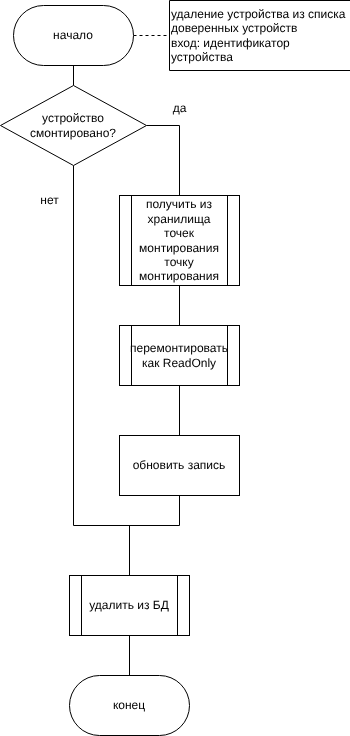
The draw.io diagram Notes/report/inc/img/delete_from_white_list_algo.drawio.png in pitsmit/Diploma_IU7_2026, before a commit. Source tidied: cells renumbered, new cells last; positions are measured from the earlier drawing's top-left corner, leaving out a move shared by most shapes. The source it was exported from:
```xml
<mxGraphModel>
  <root>
    <mxCell id="0" />
    <mxCell id="1" parent="0" />
    <mxCell id="2" style="edgeStyle=none;html=1;entryX=0.5;entryY=1;entryDx=0;entryDy=0;dashed=1;endArrow=none;endFill=0;" parent="1" edge="1" source="4" target="6">
      <mxGeometry relative="1" as="geometry" />
    </mxCell>
    <mxCell id="3" style="edgeStyle=none;html=1;entryX=0.5;entryY=0;entryDx=0;entryDy=0;endArrow=none;endFill=0;" parent="1" edge="1" source="4" target="9">
      <mxGeometry relative="1" as="geometry" />
    </mxCell>
    <mxCell id="4" value="начало" style="rounded=1;whiteSpace=wrap;html=1;arcSize=50;" parent="1" vertex="1">
      <mxGeometry x="13" y="5" width="120" height="60" as="geometry" />
    </mxCell>
    <mxCell id="5" value="конец" style="rounded=1;whiteSpace=wrap;html=1;arcSize=50;" parent="1" vertex="1">
      <mxGeometry x="69" y="675" width="120" height="60" as="geometry" />
    </mxCell>
    <mxCell id="6" value="&lt;font style=&quot;color: rgb(0, 0, 0);&quot;&gt;удаление устройства из списка доверенных устройств&lt;/font&gt;&lt;div&gt;&lt;font style=&quot;color: rgb(0, 0, 0);&quot;&gt;вход: идентификатор устройства&lt;/font&gt;&lt;/div&gt;" style="shape=partialRectangle;whiteSpace=wrap;html=1;bottom=1;right=1;left=1;top=0;fillColor=none;routingCenterX=-0.5;direction=south;align=left;" parent="1" vertex="1">
      <mxGeometry x="169" width="180" height="70" as="geometry" />
    </mxCell>
    <mxCell id="7" style="edgeStyle=none;html=1;exitX=1;exitY=0.5;exitDx=0;exitDy=0;entryX=0.5;entryY=0;entryDx=0;entryDy=0;rounded=0;curved=0;endArrow=none;endFill=0;" parent="1" edge="1" source="9" target="11">
      <mxGeometry relative="1" as="geometry">
        <Array as="points">
          <mxPoint x="179" y="125" />
        </Array>
      </mxGeometry>
    </mxCell>
    <mxCell id="8" style="edgeStyle=none;html=1;exitX=0.5;exitY=1;exitDx=0;exitDy=0;entryX=0.5;entryY=1;entryDx=0;entryDy=0;rounded=0;curved=0;endArrow=none;endFill=0;" parent="1" edge="1" source="9" target="19">
      <mxGeometry relative="1" as="geometry">
        <Array as="points">
          <mxPoint x="73" y="525" />
          <mxPoint x="179" y="525" />
        </Array>
      </mxGeometry>
    </mxCell>
    <mxCell id="9" value="&lt;span style=&quot;color: rgb(0, 0, 0);&quot;&gt;устройство смонтировано?&lt;/span&gt;" style="rhombus;whiteSpace=wrap;html=1;" parent="1" vertex="1">
      <mxGeometry y="85" width="146" height="80" as="geometry" />
    </mxCell>
    <mxCell id="10" style="edgeStyle=none;html=1;endArrow=none;endFill=0;" parent="1" edge="1" source="11" target="15">
      <mxGeometry relative="1" as="geometry" />
    </mxCell>
    <mxCell id="11" value="получить из хранилища точек монтирования точку монтирования" style="shape=process;whiteSpace=wrap;html=1;backgroundOutline=1;" parent="1" vertex="1">
      <mxGeometry x="119" y="195" width="120" height="90" as="geometry" />
    </mxCell>
    <mxCell id="12" value="да" style="text;html=1;align=center;verticalAlign=middle;strokeColor=none;fillColor=none;" parent="1" vertex="1">
      <mxGeometry x="159" y="93" width="40" height="30" as="geometry" />
    </mxCell>
    <mxCell id="13" value="нет" style="text;html=1;align=center;verticalAlign=middle;strokeColor=none;fillColor=none;" parent="1" vertex="1">
      <mxGeometry x="29" y="185" width="40" height="30" as="geometry" />
    </mxCell>
    <mxCell id="14" style="edgeStyle=none;html=1;entryX=0.5;entryY=0;entryDx=0;entryDy=0;endArrow=none;endFill=0;" parent="1" edge="1" source="15" target="19">
      <mxGeometry relative="1" as="geometry" />
    </mxCell>
    <mxCell id="15" value="перемонтировать&lt;div&gt;&lt;font style=&quot;color: rgb(0, 0, 0);&quot;&gt;как ReadOnly&lt;/font&gt;&lt;/div&gt;" style="shape=process;whiteSpace=wrap;html=1;backgroundOutline=1;" parent="1" vertex="1">
      <mxGeometry x="119" y="325" width="120" height="60" as="geometry" />
    </mxCell>
    <mxCell id="16" style="edgeStyle=none;html=1;entryX=0.5;entryY=0;entryDx=0;entryDy=0;endArrow=none;endFill=0;" parent="1" edge="1" source="18" target="5">
      <mxGeometry relative="1" as="geometry" />
    </mxCell>
    <mxCell id="17" style="edgeStyle=none;html=1;endArrow=none;endFill=0;startArrow=none;startFill=0;" parent="1" edge="1" source="18">
      <mxGeometry relative="1" as="geometry">
        <mxPoint x="129" y="525" as="targetPoint" />
      </mxGeometry>
    </mxCell>
    <mxCell id="18" value="удалить из БД" style="shape=process;whiteSpace=wrap;html=1;backgroundOutline=1;" parent="1" vertex="1">
      <mxGeometry x="69" y="575" width="120" height="60" as="geometry" />
    </mxCell>
    <mxCell id="19" value="обновить запись" style="rounded=0;whiteSpace=wrap;html=1;" parent="1" vertex="1">
      <mxGeometry x="119" y="435" width="120" height="60" as="geometry" />
    </mxCell>
  </root>
</mxGraphModel>
```
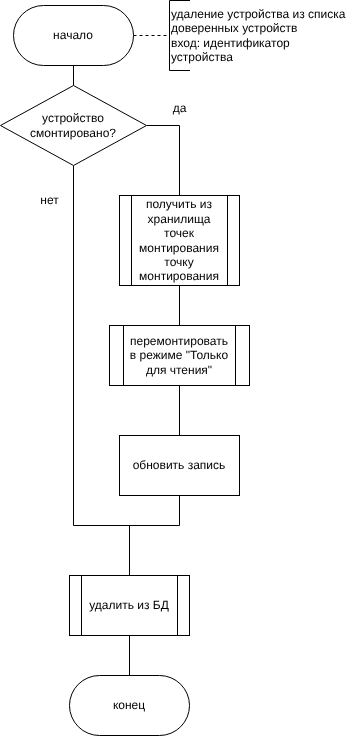
After the commit.

What changed in the source:
```diff
@@ -2,9 +2,6 @@
   <root>
     <mxCell id="0" />
     <mxCell id="1" parent="0" />
-    <mxCell id="2" style="edgeStyle=none;html=1;entryX=0.5;entryY=1;entryDx=0;entryDy=0;dashed=1;endArrow=none;endFill=0;" parent="1" edge="1" source="4" target="6">
-      <mxGeometry relative="1" as="geometry" />
-    </mxCell>
     <mxCell id="3" style="edgeStyle=none;html=1;entryX=0.5;entryY=0;entryDx=0;entryDy=0;endArrow=none;endFill=0;" parent="1" edge="1" source="4" target="9">
       <mxGeometry relative="1" as="geometry" />
     </mxCell>
@@ -14,9 +11,6 @@
     <mxCell id="5" value="конец" style="rounded=1;whiteSpace=wrap;html=1;arcSize=50;" parent="1" vertex="1">
       <mxGeometry x="69" y="675" width="120" height="60" as="geometry" />
     </mxCell>
-    <mxCell id="6" value="&lt;font style=&quot;color: rgb(0, 0, 0);&quot;&gt;удаление устройства из списка доверенных устройств&lt;/font&gt;&lt;div&gt;&lt;font style=&quot;color: rgb(0, 0, 0);&quot;&gt;вход: идентификатор устройства&lt;/font&gt;&lt;/div&gt;" style="shape=partialRectangle;whiteSpace=wrap;html=1;bottom=1;right=1;left=1;top=0;fillColor=none;routingCenterX=-0.5;direction=south;align=left;" parent="1" vertex="1">
-      <mxGeometry x="169" width="180" height="70" as="geometry" />
-    </mxCell>
     <mxCell id="7" style="edgeStyle=none;html=1;exitX=1;exitY=0.5;exitDx=0;exitDy=0;entryX=0.5;entryY=0;entryDx=0;entryDy=0;rounded=0;curved=0;endArrow=none;endFill=0;" parent="1" edge="1" source="9" target="11">
       <mxGeometry relative="1" as="geometry">
         <Array as="points">
@@ -50,8 +44,8 @@
     <mxCell id="14" style="edgeStyle=none;html=1;entryX=0.5;entryY=0;entryDx=0;entryDy=0;endArrow=none;endFill=0;" parent="1" edge="1" source="15" target="19">
       <mxGeometry relative="1" as="geometry" />
     </mxCell>
-    <mxCell id="15" value="перемонтировать&lt;div&gt;&lt;font style=&quot;color: rgb(0, 0, 0);&quot;&gt;как ReadOnly&lt;/font&gt;&lt;/div&gt;" style="shape=process;whiteSpace=wrap;html=1;backgroundOutline=1;" parent="1" vertex="1">
-      <mxGeometry x="119" y="325" width="120" height="60" as="geometry" />
+    <mxCell id="15" value="перемонтировать&lt;div&gt;&lt;font style=&quot;color: rgb(0, 0, 0);&quot;&gt;в режиме &quot;Только для чтения&quot;&lt;/font&gt;&lt;/div&gt;" style="shape=process;whiteSpace=wrap;html=1;backgroundOutline=1;" parent="1" vertex="1">
+      <mxGeometry x="109" y="325" width="140" height="60" as="geometry" />
     </mxCell>
     <mxCell id="16" style="edgeStyle=none;html=1;entryX=0.5;entryY=0;entryDx=0;entryDy=0;endArrow=none;endFill=0;" parent="1" edge="1" source="18" target="5">
       <mxGeometry relative="1" as="geometry" />
@@ -67,5 +61,14 @@
     <mxCell id="19" value="обновить запись" style="rounded=0;whiteSpace=wrap;html=1;" parent="1" vertex="1">
       <mxGeometry x="119" y="435" width="120" height="60" as="geometry" />
     </mxCell>
+    <mxCell id="20" style="edgeStyle=none;html=1;entryX=0.5;entryY=1;entryDx=0;entryDy=0;dashed=1;endArrow=none;endFill=0;exitX=1;exitY=0.5;exitDx=0;exitDy=0;" parent="1" edge="1" source="4" target="21">
+      <mxGeometry relative="1" as="geometry" />
+    </mxCell>
+    <mxCell id="21" style="shape=partialRectangle;whiteSpace=wrap;html=1;bottom=1;right=1;left=1;top=0;fillColor=none;routingCenterX=-0.5;direction=south;" parent="1" vertex="1">
+      <mxGeometry x="169" width="20" height="70" as="geometry" />
+    </mxCell>
+    <mxCell id="6" value="&lt;font style=&quot;scrollbar-color: rgb(226, 226, 226) rgb(251, 251, 251); color: rgb(0, 0, 0);&quot;&gt;удаление устройства из списка доверенных устройств&lt;/font&gt;&lt;div style=&quot;color: rgb(63, 63, 63); scrollbar-color: rgb(226, 226, 226) rgb(251, 251, 251);&quot;&gt;&lt;font style=&quot;scrollbar-color: rgb(226, 226, 226) rgb(251, 251, 251); color: rgb(0, 0, 0);&quot;&gt;вход: идентификатор устройства&lt;/font&gt;&lt;/div&gt;" style="text;whiteSpace=wrap;html=1;align=left;" parent="1" vertex="1">
+      <mxGeometry x="169" width="184" height="70" as="geometry" />
+    </mxCell>
   </root>
 </mxGraphModel>
```
